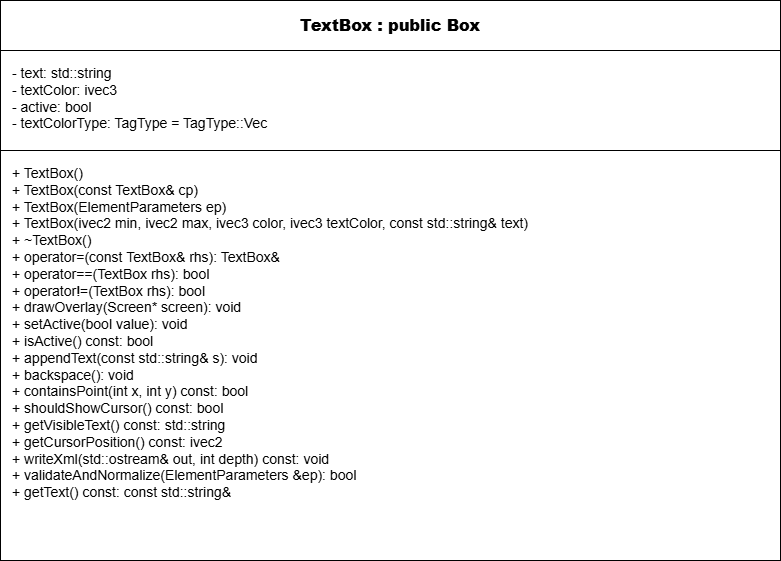
Before: images/TextBox_UML.png, a diagram exported from draw.io (cgreen2048/ArtHuddle). Source tidied: cells renumbered, new cells last; positions are measured from the earlier drawing's top-left corner, leaving out a move shared by most shapes. Its diagram source:
```xml
<mxGraphModel>
  <root>
    <mxCell id="0" />
    <mxCell id="1" parent="0" />
    <mxCell id="2" style="shape=rectangle;whiteSpace=wrap;html=1;rounded=0;strokeColor=#000000;fillColor=#ffffff;" parent="1" vertex="1">
      <mxGeometry width="780" height="560" as="geometry" />
    </mxCell>
    <mxCell id="3" value="&lt;b&gt;TextBox : public Box&lt;/b&gt;" style="shape=rectangle;whiteSpace=wrap;html=1;rounded=0;strokeColor=#000000;fillColor=#ffffff;align=center;verticalAlign=middle;fontStyle=1;fontSize=16;" parent="2" vertex="1">
      <mxGeometry width="780" height="50" as="geometry" />
    </mxCell>
    <mxCell id="4" value="- text: std::string&#10;- textColor: ivec3&#10;- active: bool&#10;- textColorType: TagType = TagType::Vec" style="shape=rectangle;whiteSpace=wrap;html=1;rounded=0;strokeColor=#000000;fillColor=#ffffff;align=left;verticalAlign=top;spacingLeft=10;spacingTop=8;fontSize=14;" parent="2" vertex="1">
      <mxGeometry y="50" width="780" height="100" as="geometry" />
    </mxCell>
    <mxCell id="5" value="+ TextBox()&lt;br&gt;+ TextBox(const TextBox&amp;amp; cp)&lt;br&gt;+ TextBox(ElementParameters ep)&lt;br&gt;+ TextBox(ivec2 min, ivec2 max, ivec3 color, ivec3 textColor, const std::string&amp;amp; text)&lt;br&gt;+ ~TextBox()&lt;br&gt;+ operator=(const TextBox&amp;amp; rhs): TextBox&amp;amp;&lt;br&gt;+ operator==(TextBox rhs): bool&lt;br&gt;+ operator!=(TextBox rhs): bool&lt;br&gt;+ drawOverlay(Screen* screen): void&lt;br&gt;+ setActive(bool value): void&lt;br&gt;+ isActive() const: bool&lt;br&gt;+ appendText(const std::string&amp;amp; s): void&lt;br&gt;+ backspace(): void&lt;br&gt;+ containsPoint(int x, int y) const: bool&lt;br&gt;+ shouldShowCursor() const: bool&lt;br&gt;+ getVisibleText() const: std::string&lt;br&gt;+ getCursorPosition() const: ivec2&lt;br&gt;+ writeXml(std::ostream&amp;amp; out, int depth) const: void&lt;br&gt;+ validateAndNormalize(ElementParameters &amp;amp;ep): bool&lt;br&gt;+ getText() const: const std::string&amp;amp;" style="shape=rectangle;whiteSpace=wrap;html=1;rounded=0;strokeColor=#000000;fillColor=#ffffff;align=left;verticalAlign=top;spacingLeft=10;spacingTop=8;fontSize=14;" parent="2" vertex="1">
      <mxGeometry y="150" width="780" height="410" as="geometry" />
    </mxCell>
  </root>
</mxGraphModel>
```
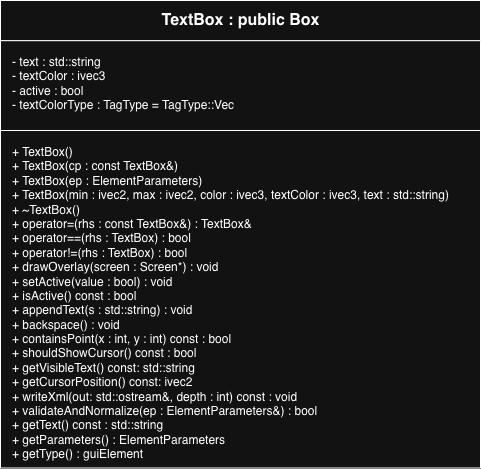
Above is the later version.

Change to the diagram source:
```diff
@@ -2,17 +2,17 @@
   <root>
     <mxCell id="0" />
     <mxCell id="1" parent="0" />
-    <mxCell id="2" style="shape=rectangle;whiteSpace=wrap;html=1;rounded=0;strokeColor=#000000;fillColor=#ffffff;" parent="1" vertex="1">
-      <mxGeometry width="780" height="560" as="geometry" />
+    <mxCell id="2" style="shape=rectangle;whiteSpace=wrap;html=1;" parent="1" vertex="1">
+      <mxGeometry width="480" height="450" as="geometry" />
     </mxCell>
-    <mxCell id="3" value="&lt;b&gt;TextBox : public Box&lt;/b&gt;" style="shape=rectangle;whiteSpace=wrap;html=1;rounded=0;strokeColor=#000000;fillColor=#ffffff;align=center;verticalAlign=middle;fontStyle=1;fontSize=16;" parent="2" vertex="1">
-      <mxGeometry width="780" height="50" as="geometry" />
+    <mxCell id="3" value="&lt;b&gt;TextBox : public Box&lt;/b&gt;" style="shape=rectangle;html=1;align=center;verticalAlign=middle;fontStyle=1;fontSize=16;" parent="2" vertex="1">
+      <mxGeometry width="480" height="40.2" as="geometry" />
     </mxCell>
-    <mxCell id="4" value="- text: std::string&#10;- textColor: ivec3&#10;- active: bool&#10;- textColorType: TagType = TagType::Vec" style="shape=rectangle;whiteSpace=wrap;html=1;rounded=0;strokeColor=#000000;fillColor=#ffffff;align=left;verticalAlign=top;spacingLeft=10;spacingTop=8;fontSize=14;" parent="2" vertex="1">
-      <mxGeometry y="50" width="780" height="100" as="geometry" />
-    </mxCell>
-    <mxCell id="5" value="+ TextBox()&lt;br&gt;+ TextBox(const TextBox&amp;amp; cp)&lt;br&gt;+ TextBox(ElementParameters ep)&lt;br&gt;+ TextBox(ivec2 min, ivec2 max, ivec3 color, ivec3 textColor, const std::string&amp;amp; text)&lt;br&gt;+ ~TextBox()&lt;br&gt;+ operator=(const TextBox&amp;amp; rhs): TextBox&amp;amp;&lt;br&gt;+ operator==(TextBox rhs): bool&lt;br&gt;+ operator!=(TextBox rhs): bool&lt;br&gt;+ drawOverlay(Screen* screen): void&lt;br&gt;+ setActive(bool value): void&lt;br&gt;+ isActive() const: bool&lt;br&gt;+ appendText(const std::string&amp;amp; s): void&lt;br&gt;+ backspace(): void&lt;br&gt;+ containsPoint(int x, int y) const: bool&lt;br&gt;+ shouldShowCursor() const: bool&lt;br&gt;+ getVisibleText() const: std::string&lt;br&gt;+ getCursorPosition() const: ivec2&lt;br&gt;+ writeXml(std::ostream&amp;amp; out, int depth) const: void&lt;br&gt;+ validateAndNormalize(ElementParameters &amp;amp;ep): bool&lt;br&gt;+ getText() const: const std::string&amp;amp;" style="shape=rectangle;whiteSpace=wrap;html=1;rounded=0;strokeColor=#000000;fillColor=#ffffff;align=left;verticalAlign=top;spacingLeft=10;spacingTop=8;fontSize=14;" parent="2" vertex="1">
-      <mxGeometry y="150" width="780" height="410" as="geometry" />
-    </mxCell>
+    <mxCell id="6" value=" - text : std::string&#10; - textColor : ivec3&#10; - active : bool&#10; - textColorType : TagType = TagType::Vec         " style="shape=rectangle;html=1;align=left;verticalAlign=top;spacingLeft=10;spacingTop=8;" parent="2" vertex="1">
+      <mxGeometry y="40.2" width="480" height="109.8" as="geometry" />
+    </mxCell>
+    <mxCell id="7" value=" + TextBox()&lt;br&gt; + TextBox(cp : const TextBox&amp;amp;)&lt;br&gt; + TextBox(ep : ElementParameters)&lt;br&gt; + TextBox(min : ivec2, max : ivec2, color : ivec3, textColor : ivec3, text : std::string)&lt;br&gt; + ~TextBox()&lt;br&gt; + operator=(rhs : const TextBox&amp;amp;) : TextBox&amp;amp;&lt;br&gt; + operator==(rhs : TextBox) : bool&lt;br&gt; + operator!=(rhs : TextBox) : bool&lt;br&gt; + drawOverlay(screen : Screen*) : void&lt;br&gt; + setActive(value : bool) : void&lt;br&gt; + isActive() const : bool&lt;br&gt; + appendText(s : std::string) : void&lt;br&gt; + backspace() : void&lt;br&gt; + containsPoint(x : int, y : int) const : bool&lt;br&gt; + shouldShowCursor() const : bool&lt;br&gt; + getVisibleText() const: std::string&lt;br&gt; + getCursorPosition() const: ivec2&lt;br&gt; + writeXml(out: std::ostream&amp;amp;, depth : int) const : void&lt;br&gt; + validateAndNormalize(ep : ElementParameters&amp;amp;) : bool&lt;br&gt; + getText() const : std::string&lt;div&gt;+ getParameters() : ElementParameters&lt;/div&gt;&lt;div&gt;+ getType() : guiElement&lt;/div&gt;" style="shape=rectangle;html=1;align=left;verticalAlign=top;spacingLeft=10;spacingTop=8;" parent="2" vertex="1">
+      <mxGeometry y="130" width="480" height="337.5" as="geometry" />
+    </mxCell>
   </root>
 </mxGraphModel>
```
